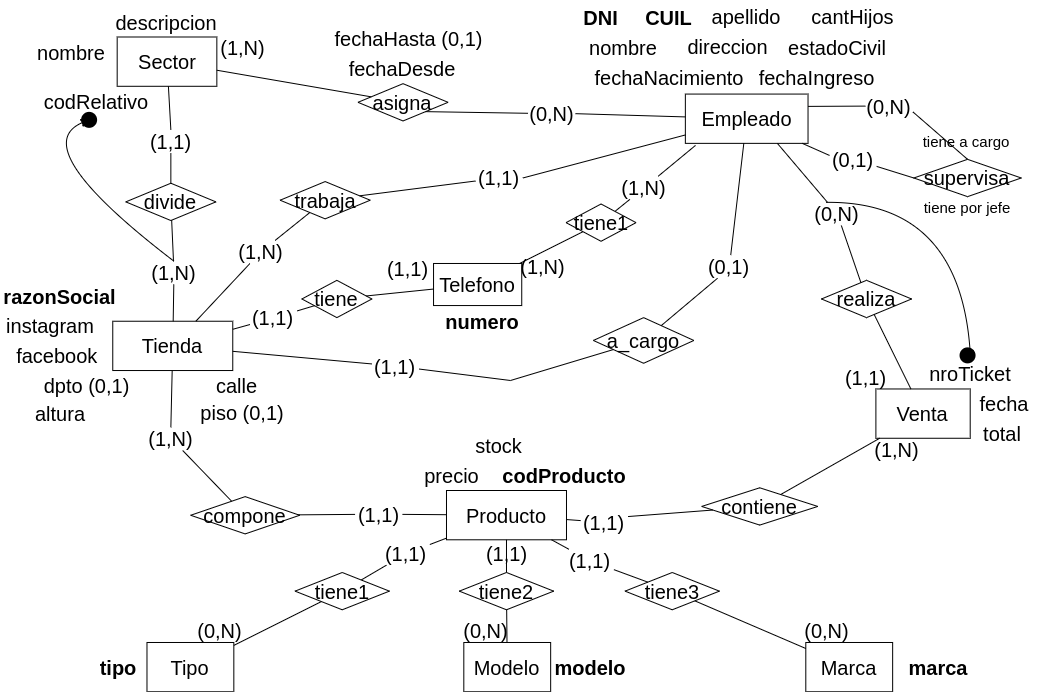
Above: Practica/Practica2/Parte1/drawios-png/ejercicio05P2_Logico.drawio.png in c97Ernesto/DisenioBasesDatos (draw.io), before the change. Source tidied: cells renumbered, new cells last; positions are measured from the earlier drawing's top-left corner, leaving out a move shared by most shapes.
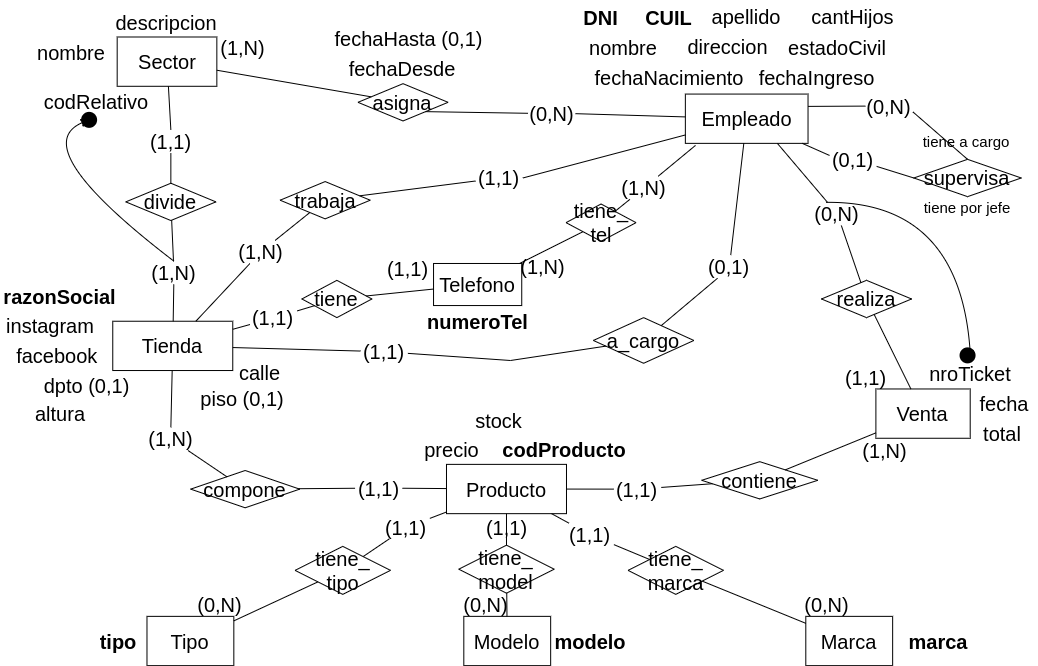
After the change.

What changed in the source:
```diff
@@ -6,10 +6,10 @@
       <mxGeometry x="112.3" y="320.7" width="120" height="49.3" as="geometry" />
     </mxCell>
     <mxCell id="3" value="calle" style="text;html=1;strokeColor=none;fillColor=none;align=center;verticalAlign=middle;whiteSpace=wrap;rounded=0;fontSize=20;" parent="1" vertex="1">
-      <mxGeometry x="210" y="371.7" width="52.5" height="26.6" as="geometry" />
+      <mxGeometry x="233.3" y="358.5" width="52.5" height="26.6" as="geometry" />
     </mxCell>
     <mxCell id="4" value="piso (0,1)" style="text;html=1;strokeColor=none;fillColor=none;align=center;verticalAlign=middle;whiteSpace=wrap;rounded=0;fontSize=20;" parent="1" vertex="1">
-      <mxGeometry x="196" y="398.3" width="91.5" height="26.6" as="geometry" />
+      <mxGeometry x="196.5" y="385.1" width="91.5" height="26.6" as="geometry" />
     </mxCell>
     <mxCell id="5" value="dpto (0,1)" style="text;html=1;strokeColor=none;fillColor=none;align=center;verticalAlign=middle;whiteSpace=wrap;rounded=0;fontSize=20;" parent="1" vertex="1">
       <mxGeometry x="38.2" y="371.7" width="97" height="26.6" as="geometry" />
@@ -123,16 +123,16 @@
       <mxGeometry x="219.3" y="35.1" width="47.4" height="23.2" as="geometry" />
     </mxCell>
     <mxCell id="42" value="&lt;font style=&quot;font-size: 20px;&quot;&gt;Producto&lt;/font&gt;" style="whiteSpace=wrap;html=1;align=center;fontSize=20;" parent="1" vertex="1">
-      <mxGeometry x="446" y="490" width="120" height="49.3" as="geometry" />
+      <mxGeometry x="446" y="463.9" width="120" height="49.3" as="geometry" />
     </mxCell>
     <mxCell id="43" value="precio" style="text;html=1;strokeColor=none;fillColor=none;align=center;verticalAlign=middle;whiteSpace=wrap;rounded=0;fontSize=20;rotation=0;" parent="1" vertex="1">
-      <mxGeometry x="418.4" y="460" width="66.6" height="30" as="geometry" />
+      <mxGeometry x="418.4" y="433.9" width="66.6" height="30" as="geometry" />
     </mxCell>
     <mxCell id="44" value="stock" style="text;html=1;strokeColor=none;fillColor=none;align=center;verticalAlign=middle;whiteSpace=wrap;rounded=0;fontSize=20;rotation=0;" parent="1" vertex="1">
-      <mxGeometry x="470.3" y="430" width="56.7" height="30" as="geometry" />
+      <mxGeometry x="470.3" y="405" width="56.7" height="30" as="geometry" />
     </mxCell>
     <mxCell id="45" value="&lt;b&gt;codProducto&lt;/b&gt;" style="text;html=1;strokeColor=none;fillColor=none;align=center;verticalAlign=middle;whiteSpace=wrap;rounded=0;fontSize=20;rotation=0;" parent="1" vertex="1">
-      <mxGeometry x="496.2" y="460" width="135.7" height="30" as="geometry" />
+      <mxGeometry x="496.2" y="433.9" width="135.7" height="30" as="geometry" />
     </mxCell>
     <mxCell id="46" value="&lt;font style=&quot;font-size: 20px;&quot;&gt;Venta&lt;/font&gt;" style="whiteSpace=wrap;html=1;align=center;fontSize=20;" parent="1" vertex="1">
       <mxGeometry x="875.4" y="388.5" width="94.3" height="49.3" as="geometry" />
@@ -147,7 +147,7 @@
       <mxGeometry x="974.9" y="417.6" width="54.3" height="30" as="geometry" />
     </mxCell>
     <mxCell id="50" value="contiene" style="shape=rhombus;perimeter=rhombusPerimeter;whiteSpace=wrap;html=1;align=center;fontSize=20;" parent="1" vertex="1">
-      <mxGeometry x="701.2" y="487.3" width="116.1" height="37.3" as="geometry" />
+      <mxGeometry x="701.2" y="461.2" width="116.1" height="37.3" as="geometry" />
     </mxCell>
     <mxCell id="51" value="realiza" style="shape=rhombus;perimeter=rhombusPerimeter;whiteSpace=wrap;html=1;align=center;fontSize=20;" parent="1" vertex="1">
       <mxGeometry x="821" y="279.8" width="90.1" height="37.3" as="geometry" />
@@ -174,7 +174,7 @@
       <mxGeometry relative="1" as="geometry" />
     </mxCell>
     <mxCell id="59" value="compone" style="shape=rhombus;perimeter=rhombusPerimeter;whiteSpace=wrap;html=1;align=center;fontSize=20;" parent="1" vertex="1">
-      <mxGeometry x="190.2" y="496.1" width="109" height="37.3" as="geometry" />
+      <mxGeometry x="190.2" y="470" width="109" height="37.3" as="geometry" />
     </mxCell>
     <mxCell id="60" style="endArrow=none;html=1;rounded=0;fontSize=20;exitX=0.5;exitY=0;exitDx=0;exitDy=0;" parent="1" edge="1" source="120" target="2">
       <mxGeometry relative="1" as="geometry" />
@@ -220,92 +220,80 @@
     <mxCell id="71" style="endArrow=none;html=1;rounded=0;fontSize=20;" parent="1" edge="1" source="50" target="46">
       <mxGeometry relative="1" as="geometry" />
     </mxCell>
-    <mxCell id="72" style="endArrow=none;html=1;rounded=0;fontSize=20;exitX=1;exitY=0.25;exitDx=0;exitDy=0;" parent="1" edge="1" source="75" target="50">
+    <mxCell id="72" style="endArrow=none;html=1;rounded=0;fontSize=20;" parent="1" edge="1" source="75" target="50">
       <mxGeometry relative="1" as="geometry" />
     </mxCell>
     <mxCell id="73" value="(1,N)" style="text;html=1;strokeColor=none;fillColor=none;align=center;verticalAlign=middle;whiteSpace=wrap;rounded=0;fontSize=20;rotation=0;" parent="1" vertex="1">
-      <mxGeometry x="872.9" y="437.8" width="47.4" height="23.2" as="geometry" />
+      <mxGeometry x="860.6" y="438" width="47.4" height="23.2" as="geometry" />
     </mxCell>
     <mxCell id="74" style="endArrow=none;html=1;rounded=0;fontSize=20;" parent="1" edge="1" source="42" target="75">
       <mxGeometry relative="1" as="geometry" />
     </mxCell>
     <mxCell id="75" value="(1,1)" style="text;html=1;strokeColor=none;fillColor=none;align=center;verticalAlign=middle;whiteSpace=wrap;rounded=0;fontSize=20;rotation=0;" parent="1" vertex="1">
-      <mxGeometry x="580.2" y="510.2" width="47.4" height="23.2" as="geometry" />
+      <mxGeometry x="613.4" y="477.1" width="47.4" height="23.2" as="geometry" />
     </mxCell>
     <mxCell id="76" value="&lt;font style=&quot;font-size: 20px;&quot;&gt;Marca&lt;/font&gt;" style="whiteSpace=wrap;html=1;align=center;fontSize=20;" parent="1" vertex="1">
-      <mxGeometry x="805.3" y="642" width="86.8" height="49.3" as="geometry" />
+      <mxGeometry x="805.3" y="615.9" width="86.8" height="49.3" as="geometry" />
     </mxCell>
     <mxCell id="77" value="&lt;font style=&quot;font-size: 20px;&quot;&gt;Modelo&lt;/font&gt;" style="whiteSpace=wrap;html=1;align=center;fontSize=20;" parent="1" vertex="1">
-      <mxGeometry x="463.3" y="642" width="86.8" height="49.3" as="geometry" />
+      <mxGeometry x="463.3" y="615.9" width="86.8" height="49.3" as="geometry" />
     </mxCell>
     <mxCell id="78" value="&lt;font style=&quot;font-size: 20px;&quot;&gt;Tipo&lt;/font&gt;" style="whiteSpace=wrap;html=1;align=center;fontSize=20;" parent="1" vertex="1">
-      <mxGeometry x="146.5" y="642" width="86.8" height="49.3" as="geometry" />
+      <mxGeometry x="146.5" y="615.9" width="86.8" height="49.3" as="geometry" />
     </mxCell>
     <mxCell id="79" style="endArrow=none;html=1;rounded=0;fontSize=20;" parent="1" edge="1" source="92" target="80">
       <mxGeometry relative="1" as="geometry" />
     </mxCell>
-    <mxCell id="80" value="tiene1" style="shape=rhombus;perimeter=rhombusPerimeter;whiteSpace=wrap;html=1;align=center;fontSize=20;" parent="1" vertex="1">
-      <mxGeometry x="294.6" y="572" width="94.3" height="37.3" as="geometry" />
+    <mxCell id="80" value="tiene_&lt;br&gt;tipo" style="shape=rhombus;perimeter=rhombusPerimeter;whiteSpace=wrap;html=1;align=center;fontSize=20;" parent="1" vertex="1">
+      <mxGeometry x="294.6" y="545.9" width="95.4" height="48" as="geometry" />
     </mxCell>
-    <mxCell id="81" value="tiene2" style="shape=rhombus;perimeter=rhombusPerimeter;whiteSpace=wrap;html=1;align=center;fontSize=20;" parent="1" vertex="1">
-      <mxGeometry x="458.8" y="572" width="94.3" height="37.3" as="geometry" />
-    </mxCell>
-    <mxCell id="82" value="tiene3" style="shape=rhombus;perimeter=rhombusPerimeter;whiteSpace=wrap;html=1;align=center;fontSize=20;" parent="1" vertex="1">
-      <mxGeometry x="624.6" y="572" width="94.3" height="37.3" as="geometry" />
-    </mxCell>
     <mxCell id="83" style="endArrow=none;html=1;rounded=0;fontSize=20;" parent="1" edge="1" source="80" target="78">
       <mxGeometry relative="1" as="geometry" />
     </mxCell>
-    <mxCell id="84" style="endArrow=none;html=1;rounded=0;fontSize=20;" parent="1" edge="1" source="42" target="81">
-      <mxGeometry relative="1" as="geometry" />
-    </mxCell>
-    <mxCell id="85" style="endArrow=none;html=1;rounded=0;fontSize=20;" parent="1" edge="1" source="95" target="82">
+    <mxCell id="85" style="endArrow=none;html=1;rounded=0;fontSize=20;" parent="1" edge="1" source="95" target="131">
       <mxGeometry relative="1" as="geometry" />
     </mxCell>
-    <mxCell id="86" style="endArrow=none;html=1;rounded=0;fontSize=20;" parent="1" edge="1" source="81" target="77">
-      <mxGeometry relative="1" as="geometry" />
-    </mxCell>
-    <mxCell id="87" style="endArrow=none;html=1;rounded=0;fontSize=20;" parent="1" edge="1" source="82" target="76">
+    <mxCell id="87" style="endArrow=none;html=1;rounded=0;fontSize=20;" parent="1" edge="1" source="131" target="76">
       <mxGeometry relative="1" as="geometry" />
     </mxCell>
     <mxCell id="88" value="tipo" style="text;html=1;strokeColor=none;fillColor=none;align=center;verticalAlign=middle;whiteSpace=wrap;rounded=0;fontSize=20;rotation=0;fontStyle=1;" parent="1" vertex="1">
-      <mxGeometry x="93.4" y="651.6" width="50" height="30" as="geometry" />
+      <mxGeometry x="93.4" y="625.5" width="50" height="30" as="geometry" />
     </mxCell>
     <mxCell id="89" value="modelo" style="text;html=1;strokeColor=none;fillColor=none;align=center;verticalAlign=middle;whiteSpace=wrap;rounded=0;fontSize=20;rotation=0;fontStyle=1;" parent="1" vertex="1">
-      <mxGeometry x="554.6" y="651.6" width="70" height="30" as="geometry" />
+      <mxGeometry x="554.6" y="625.5" width="70" height="30" as="geometry" />
     </mxCell>
     <mxCell id="90" value="marca" style="text;html=1;strokeColor=none;fillColor=none;align=center;verticalAlign=middle;whiteSpace=wrap;rounded=0;fontSize=20;rotation=0;fontStyle=1;" parent="1" vertex="1">
-      <mxGeometry x="902.6" y="651.6" width="70" height="30" as="geometry" />
+      <mxGeometry x="902.6" y="625.5" width="70" height="30" as="geometry" />
     </mxCell>
     <mxCell id="91" style="endArrow=none;html=1;rounded=0;fontSize=20;" parent="1" edge="1" source="42" target="92">
       <mxGeometry relative="1" as="geometry" />
     </mxCell>
     <mxCell id="92" value="(1,1)" style="text;html=1;strokeColor=none;fillColor=none;align=center;verticalAlign=middle;whiteSpace=wrap;rounded=0;fontSize=20;rotation=0;" parent="1" vertex="1">
-      <mxGeometry x="381.9" y="541.5" width="47.4" height="23.2" as="geometry" />
+      <mxGeometry x="381.9" y="515.4" width="47.4" height="23.2" as="geometry" />
     </mxCell>
     <mxCell id="93" value="(1,1)" style="text;html=1;strokeColor=none;fillColor=none;align=center;verticalAlign=middle;whiteSpace=wrap;rounded=0;fontSize=20;rotation=0;" parent="1" vertex="1">
-      <mxGeometry x="483" y="541.5" width="47.4" height="23.2" as="geometry" />
+      <mxGeometry x="483" y="515.4" width="47.4" height="23.2" as="geometry" />
     </mxCell>
     <mxCell id="94" style="endArrow=none;html=1;rounded=0;fontSize=20;" parent="1" edge="1" source="42" target="95">
       <mxGeometry relative="1" as="geometry" />
     </mxCell>
     <mxCell id="95" value="(1,1)" style="text;html=1;strokeColor=none;fillColor=none;align=center;verticalAlign=middle;whiteSpace=wrap;rounded=0;fontSize=20;rotation=0;" parent="1" vertex="1">
-      <mxGeometry x="566" y="548.8" width="47.4" height="23.2" as="geometry" />
+      <mxGeometry x="566" y="522.7" width="47.4" height="23.2" as="geometry" />
     </mxCell>
     <mxCell id="96" value="(0,N)" style="text;html=1;strokeColor=none;fillColor=none;align=center;verticalAlign=middle;whiteSpace=wrap;rounded=0;fontSize=20;rotation=0;" parent="1" vertex="1">
-      <mxGeometry x="196.5" y="618.8" width="47.4" height="23.2" as="geometry" />
+      <mxGeometry x="196.5" y="592.7" width="47.4" height="23.2" as="geometry" />
     </mxCell>
     <mxCell id="97" value="(0,N)" style="text;html=1;strokeColor=none;fillColor=none;align=center;verticalAlign=middle;whiteSpace=wrap;rounded=0;fontSize=20;rotation=0;" parent="1" vertex="1">
-      <mxGeometry x="461.6" y="618.8" width="47.4" height="23.2" as="geometry" />
+      <mxGeometry x="461.6" y="592.7" width="47.4" height="23.2" as="geometry" />
     </mxCell>
     <mxCell id="98" value="(0,N)" style="text;html=1;strokeColor=none;fillColor=none;align=center;verticalAlign=middle;whiteSpace=wrap;rounded=0;fontSize=20;rotation=0;" parent="1" vertex="1">
-      <mxGeometry x="802.8" y="618.8" width="47.4" height="23.2" as="geometry" />
+      <mxGeometry x="802.8" y="592.7" width="47.4" height="23.2" as="geometry" />
     </mxCell>
     <mxCell id="99" style="endArrow=none;html=1;rounded=0;fontSize=20;" parent="1" edge="1" source="42" target="100">
       <mxGeometry relative="1" as="geometry" />
     </mxCell>
     <mxCell id="100" value="(1,1)" style="text;html=1;strokeColor=none;fillColor=none;align=center;verticalAlign=middle;whiteSpace=wrap;rounded=0;fontSize=20;rotation=0;" parent="1" vertex="1">
-      <mxGeometry x="354.6" y="502.1" width="47.4" height="23.2" as="geometry" />
+      <mxGeometry x="354.6" y="476" width="47.4" height="23.2" as="geometry" />
     </mxCell>
     <mxCell id="101" value="(1,1)" style="text;html=1;strokeColor=none;fillColor=none;align=center;verticalAlign=middle;whiteSpace=wrap;rounded=0;fontSize=20;rotation=0;" parent="1" vertex="1">
       <mxGeometry x="384.5" y="256.7" width="47.4" height="23.2" as="geometry" />
@@ -322,8 +310,8 @@
     <mxCell id="105" value="&lt;font style=&quot;font-size: 20px;&quot;&gt;Telefono&lt;/font&gt;" style="whiteSpace=wrap;html=1;align=center;fontSize=20;" parent="1" vertex="1">
       <mxGeometry x="433" y="263" width="88.2" height="42.1" as="geometry" />
     </mxCell>
-    <mxCell id="106" value="&lt;b&gt;numero&lt;/b&gt;" style="text;html=1;strokeColor=none;fillColor=none;align=center;verticalAlign=middle;whiteSpace=wrap;rounded=0;fontSize=20;rotation=0;" parent="1" vertex="1">
-      <mxGeometry x="443" y="305" width="78.2" height="31.4" as="geometry" />
+    <mxCell id="106" value="&lt;b&gt;numeroTel&lt;/b&gt;" style="text;html=1;strokeColor=none;fillColor=none;align=center;verticalAlign=middle;whiteSpace=wrap;rounded=0;fontSize=20;rotation=0;" parent="1" vertex="1">
+      <mxGeometry x="421.5" y="305.1" width="111.2" height="31.4" as="geometry" />
     </mxCell>
     <mxCell id="107" value="direccion" style="text;html=1;strokeColor=none;fillColor=none;align=center;verticalAlign=middle;whiteSpace=wrap;rounded=0;fontSize=20;rotation=0;" parent="1" vertex="1">
       <mxGeometry x="681.5" y="30.7" width="93.2" height="31.4" as="geometry" />
@@ -331,7 +319,7 @@
     <mxCell id="108" value="tiene" style="shape=rhombus;perimeter=rhombusPerimeter;whiteSpace=wrap;html=1;align=center;fontSize=20;" parent="1" vertex="1">
       <mxGeometry x="301.4" y="279.8" width="70" height="37.3" as="geometry" />
     </mxCell>
-    <mxCell id="109" value="tiene1" style="shape=rhombus;perimeter=rhombusPerimeter;whiteSpace=wrap;html=1;align=center;fontSize=20;" parent="1" vertex="1">
+    <mxCell id="109" value="tiene_&lt;br&gt;tel" style="shape=rhombus;perimeter=rhombusPerimeter;whiteSpace=wrap;html=1;align=center;fontSize=20;" parent="1" vertex="1">
       <mxGeometry x="565.5" y="203.5" width="70" height="37.3" as="geometry" />
     </mxCell>
     <mxCell id="110" style="endArrow=none;html=1;rounded=0;fontSize=20;" parent="1" edge="1" source="115" target="109">
@@ -363,7 +351,7 @@
     <mxCell id="118" value="(1,1)" style="text;html=1;strokeColor=none;fillColor=none;align=center;verticalAlign=middle;whiteSpace=wrap;rounded=0;fontSize=20;rotation=0;" parent="1" vertex="1">
       <mxGeometry x="249.4" y="305.9" width="47.4" height="23.2" as="geometry" />
     </mxCell>
-    <mxCell id="119" style="endArrow=none;html=1;rounded=0;fontSize=20;entryX=0.75;entryY=1;entryDx=0;entryDy=0;" parent="1" edge="1" source="59" target="120">
+    <mxCell id="119" style="endArrow=none;html=1;rounded=0;fontSize=20;" parent="1" edge="1" source="59" target="120">
       <mxGeometry relative="1" as="geometry" />
     </mxCell>
     <mxCell id="120" value="(1,N)" style="text;html=1;strokeColor=none;fillColor=none;align=center;verticalAlign=middle;whiteSpace=wrap;rounded=0;fontSize=20;rotation=0;" parent="1" vertex="1">
@@ -378,7 +366,7 @@
     <mxCell id="123" style="endArrow=none;html=1;rounded=0;fontSize=20;" parent="1" edge="1" source="126" target="122">
       <mxGeometry relative="1" as="geometry">
         <Array as="points">
-          <mxPoint x="510" y="380" />
+          <mxPoint x="510" y="360" />
         </Array>
       </mxGeometry>
     </mxCell>
@@ -389,7 +377,7 @@
       <mxGeometry relative="1" as="geometry" />
     </mxCell>
     <mxCell id="126" value="(1,1)" style="text;html=1;strokeColor=none;fillColor=none;align=center;verticalAlign=middle;whiteSpace=wrap;rounded=0;fontSize=20;rotation=0;" parent="1" vertex="1">
-      <mxGeometry x="371.4" y="354" width="47.4" height="23.2" as="geometry" />
+      <mxGeometry x="360" y="339.6" width="47.4" height="23.2" as="geometry" />
     </mxCell>
     <mxCell id="127" value="(0,1)" style="text;html=1;strokeColor=none;fillColor=none;align=center;verticalAlign=middle;whiteSpace=wrap;rounded=0;fontSize=20;rotation=0;" parent="1" vertex="1">
       <mxGeometry x="705.2" y="254.6" width="47.4" height="23.2" as="geometry" />
@@ -403,5 +391,17 @@
     <mxCell id="130" value="&lt;font style=&quot;font-size: 15px;&quot;&gt;tiene por jefe&lt;/font&gt;" style="text;html=1;strokeColor=none;fillColor=none;align=center;verticalAlign=middle;whiteSpace=wrap;rounded=0;fontSize=15;rotation=0;" parent="1" vertex="1">
       <mxGeometry x="913.3" y="196.1" width="107.6" height="20.9" as="geometry" />
     </mxCell>
+    <mxCell id="131" value="tiene_&lt;br&gt;marca" style="shape=rhombus;perimeter=rhombusPerimeter;whiteSpace=wrap;html=1;align=center;fontSize=20;" parent="1" vertex="1">
+      <mxGeometry x="627.6" y="545.9" width="95.4" height="48" as="geometry" />
+    </mxCell>
+    <mxCell id="132" value="tiene_&lt;br&gt;model" style="shape=rhombus;perimeter=rhombusPerimeter;whiteSpace=wrap;html=1;align=center;fontSize=20;" parent="1" vertex="1">
+      <mxGeometry x="458.3" y="544.7" width="95.4" height="48" as="geometry" />
+    </mxCell>
+    <mxCell id="133" style="endArrow=none;html=1;rounded=0;fontSize=20;" parent="1" edge="1" source="42" target="132">
+      <mxGeometry relative="1" as="geometry" />
+    </mxCell>
+    <mxCell id="134" style="endArrow=none;html=1;rounded=0;fontSize=20;" parent="1" edge="1" source="132" target="77">
+      <mxGeometry relative="1" as="geometry" />
+    </mxCell>
   </root>
 </mxGraphModel>
```
